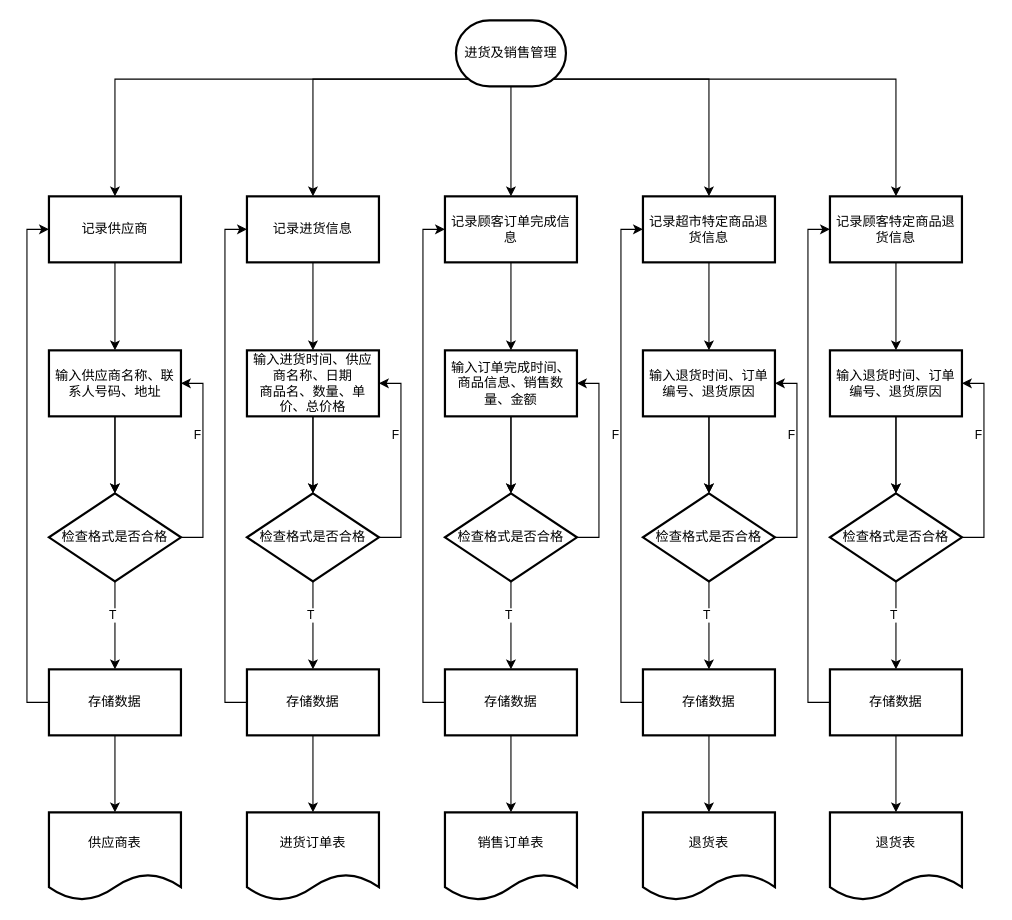
The draw.io diagram page "进货及销售管理" (2 of 4) of 过程设计/功能流程图.drawio in Software-Engineering-Group-sophomore/SDUWH-2023-SE_DS_Work2, before the edit. Source tidied: cells renumbered, new cells numbered last; positions are measured from the earlier drawing's top-left corner, leaving out a move shared by most shapes. Both pictures are drawn from the tidied source at 110%, with x=0, y=0 at pixel (48, 20).
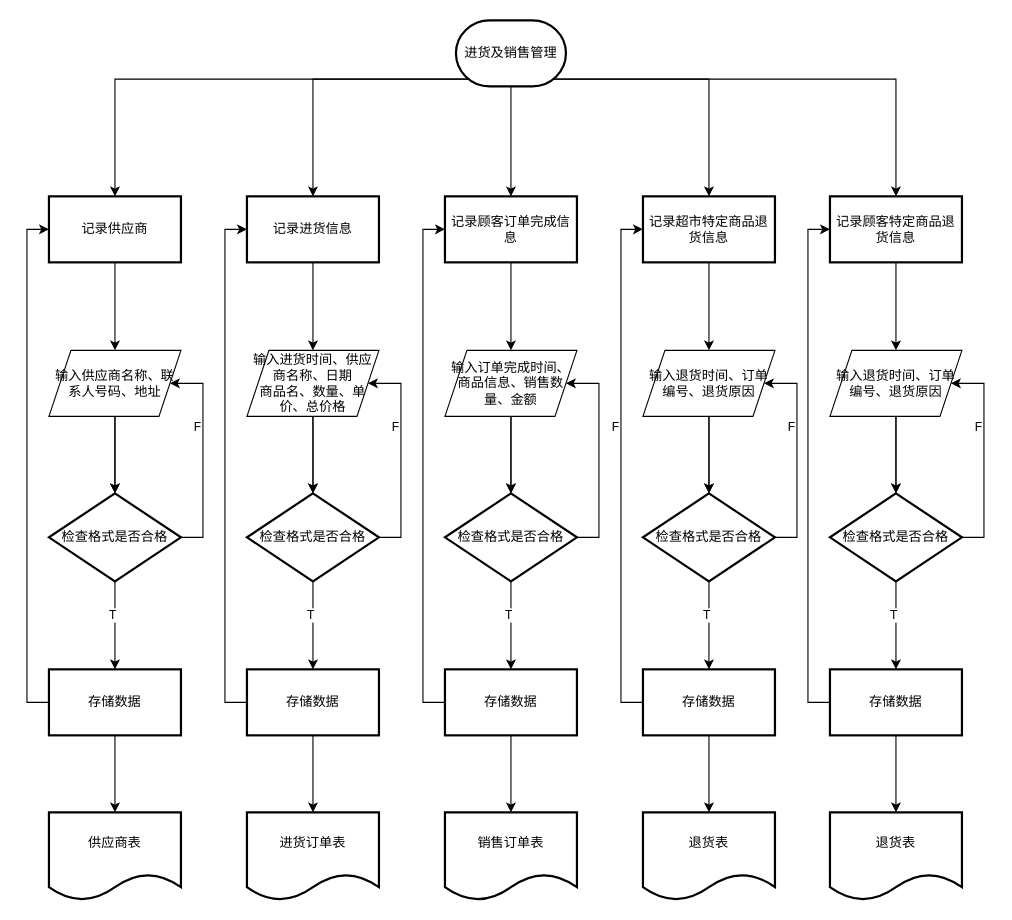
The same diagram, later.

The change refers to these unchanged cells:
```xml
<mxCell id="21" value="检查格式是否合格" style="rhombus;whiteSpace=wrap;html=1;strokeWidth=2;" parent="1" vertex="1">
  <mxGeometry y="430" width="120" height="80" as="geometry" />
</mxCell>
<mxCell id="35" value="检查格式是否合格" style="rhombus;whiteSpace=wrap;html=1;strokeWidth=2;" parent="1" vertex="1">
  <mxGeometry x="180" y="430" width="120" height="80" as="geometry" />
</mxCell>
<mxCell id="49" value="检查格式是否合格" style="rhombus;whiteSpace=wrap;html=1;strokeWidth=2;" parent="1" vertex="1">
  <mxGeometry x="360" y="430" width="120" height="80" as="geometry" />
</mxCell>
<mxCell id="63" value="检查格式是否合格" style="rhombus;whiteSpace=wrap;html=1;strokeWidth=2;" parent="1" vertex="1">
  <mxGeometry x="540" y="430" width="120" height="80" as="geometry" />
</mxCell>
<mxCell id="77" value="检查格式是否合格" style="rhombus;whiteSpace=wrap;html=1;strokeWidth=2;" parent="1" vertex="1">
  <mxGeometry x="710" y="430" width="120" height="80" as="geometry" />
</mxCell>
```

The edit, as a diff of the source:
```diff
@@
-    <mxCell id="13" value="输入供应商名称、联系人号码、地址" style="whiteSpace=wrap;html=1;strokeWidth=2;" parent="1" vertex="1">
+    <mxCell id="13" value="输入供应商名称、联系人号码、地址" style="shape=parallelogram;perimeter=parallelogramPerimeter;whiteSpace=wrap;html=1;fixedSize=1;" parent="1" vertex="1">
       <mxGeometry y="300" width="120" height="60" as="geometry" />
     </mxCell>
@@
     <mxCell id="19" style="edgeStyle=orthogonalEdgeStyle;rounded=0;jettySize=auto;html=1;exitX=1;exitY=0.5;exitDx=0;exitDy=0;entryX=1;entryY=0.5;entryDx=0;entryDy=0;" parent="1" edge="1" source="21" target="13">
-      <mxGeometry relative="1" as="geometry" />
+      <mxGeometry relative="1" as="geometry">
+        <Array as="points">
+          <mxPoint x="140" y="470" />
+          <mxPoint x="140" y="330" />
+        </Array>
+      </mxGeometry>
     </mxCell>
@@
-    <mxCell id="27" value="输入进货时间、供应商名称、日期&lt;br&gt;商品名、数量、单价、总价格" style="whiteSpace=wrap;html=1;strokeWidth=2;" parent="1" vertex="1">
+    <mxCell id="27" value="输入进货时间、供应商名称、日期&lt;br&gt;商品名、数量、单价、总价格" style="shape=parallelogram;perimeter=parallelogramPerimeter;whiteSpace=wrap;html=1;fixedSize=1;" parent="1" vertex="1">
       <mxGeometry x="180" y="300" width="120" height="60" as="geometry" />
     </mxCell>
@@
     <mxCell id="33" style="edgeStyle=orthogonalEdgeStyle;rounded=0;jettySize=auto;html=1;exitX=1;exitY=0.5;exitDx=0;exitDy=0;entryX=1;entryY=0.5;entryDx=0;entryDy=0;" parent="1" edge="1" source="35" target="27">
-      <mxGeometry relative="1" as="geometry" />
+      <mxGeometry relative="1" as="geometry">
+        <Array as="points">
+          <mxPoint x="320" y="470" />
+          <mxPoint x="320" y="330" />
+        </Array>
+      </mxGeometry>
     </mxCell>
@@
-    <mxCell id="41" value="输入订单完成时间、商品信息、销售数量、金额" style="whiteSpace=wrap;html=1;strokeWidth=2;" parent="1" vertex="1">
+    <mxCell id="41" value="输入订单完成时间、商品信息、销售数量、金额" style="shape=parallelogram;perimeter=parallelogramPerimeter;whiteSpace=wrap;html=1;fixedSize=1;" parent="1" vertex="1">
       <mxGeometry x="360" y="300" width="120" height="60" as="geometry" />
     </mxCell>
@@
     <mxCell id="47" style="edgeStyle=orthogonalEdgeStyle;rounded=0;jettySize=auto;html=1;exitX=1;exitY=0.5;exitDx=0;exitDy=0;entryX=1;entryY=0.5;entryDx=0;entryDy=0;" parent="1" edge="1" source="49" target="41">
-      <mxGeometry relative="1" as="geometry" />
+      <mxGeometry relative="1" as="geometry">
+        <Array as="points">
+          <mxPoint x="500" y="470" />
+          <mxPoint x="500" y="330" />
+        </Array>
+      </mxGeometry>
     </mxCell>
@@
-    <mxCell id="55" value="输入退货时间、订单编号、退货原因" style="whiteSpace=wrap;html=1;strokeWidth=2;" parent="1" vertex="1">
+    <mxCell id="55" value="输入退货时间、订单编号、退货原因" style="shape=parallelogram;perimeter=parallelogramPerimeter;whiteSpace=wrap;html=1;fixedSize=1;" parent="1" vertex="1">
       <mxGeometry x="540" y="300" width="120" height="60" as="geometry" />
     </mxCell>
@@
     <mxCell id="61" style="edgeStyle=orthogonalEdgeStyle;rounded=0;jettySize=auto;html=1;exitX=1;exitY=0.5;exitDx=0;exitDy=0;entryX=1;entryY=0.5;entryDx=0;entryDy=0;" parent="1" edge="1" source="63" target="55">
-      <mxGeometry relative="1" as="geometry" />
+      <mxGeometry relative="1" as="geometry">
+        <Array as="points">
+          <mxPoint x="680" y="470" />
+          <mxPoint x="680" y="330" />
+        </Array>
+      </mxGeometry>
     </mxCell>
@@
-    <mxCell id="69" value="输入退货时间、订单编号、退货原因" style="whiteSpace=wrap;html=1;strokeWidth=2;" parent="1" vertex="1">
+    <mxCell id="69" value="输入退货时间、订单编号、退货原因" style="shape=parallelogram;perimeter=parallelogramPerimeter;whiteSpace=wrap;html=1;fixedSize=1;" parent="1" vertex="1">
       <mxGeometry x="710" y="300" width="120" height="60" as="geometry" />
     </mxCell>
@@
     <mxCell id="75" style="edgeStyle=orthogonalEdgeStyle;rounded=0;jettySize=auto;html=1;exitX=1;exitY=0.5;exitDx=0;exitDy=0;entryX=1;entryY=0.5;entryDx=0;entryDy=0;" parent="1" edge="1" source="77" target="69">
-      <mxGeometry relative="1" as="geometry" />
+      <mxGeometry relative="1" as="geometry">
+        <Array as="points">
+          <mxPoint x="850" y="470" />
+          <mxPoint x="850" y="330" />
+        </Array>
+      </mxGeometry>
     </mxCell>
```
